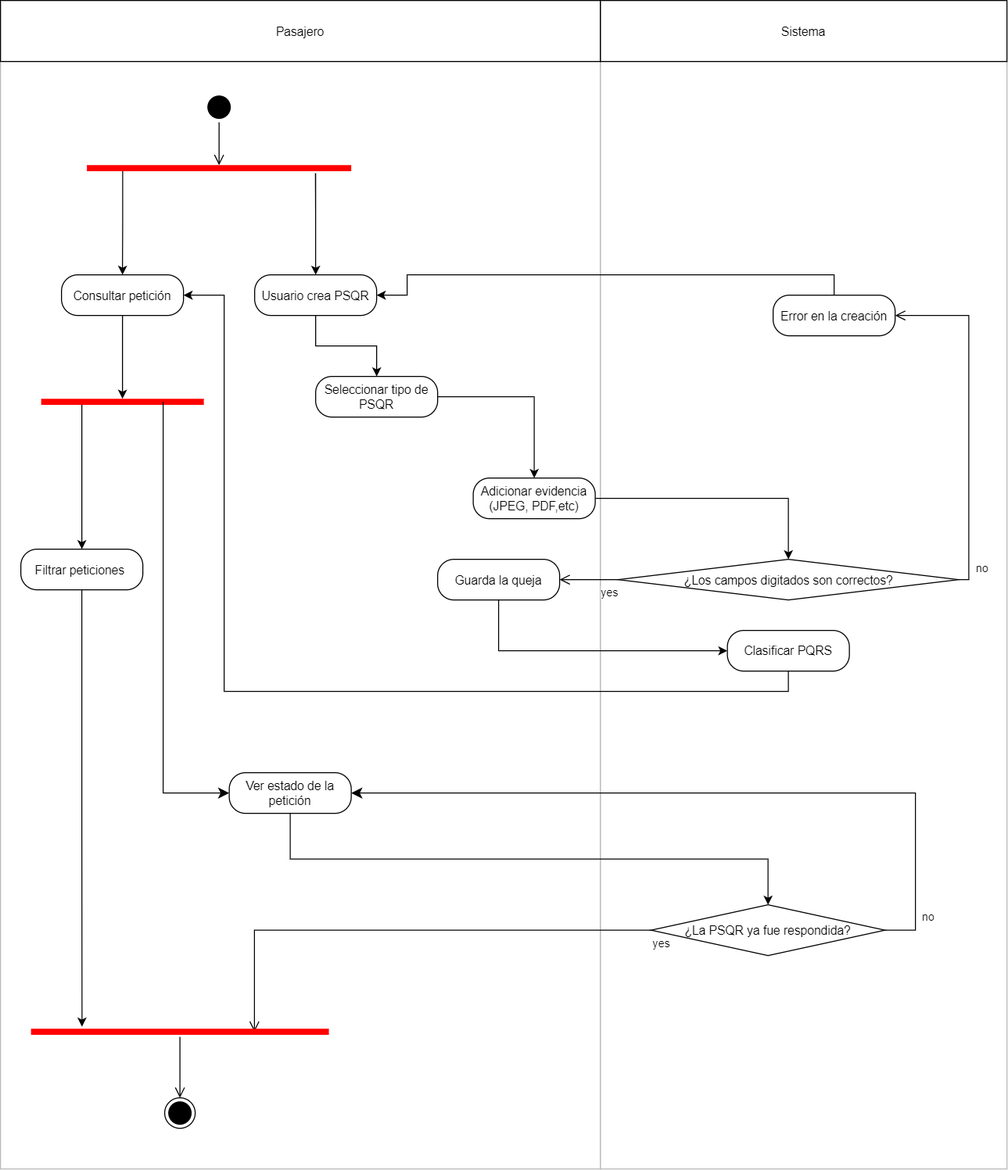
The draw.io diagram diagrama actvidades-PSQR.png in AlejandraRochaR/imagenes, before a commit. Source tidied: cells renumbered, new cells last; positions are measured from the earlier drawing's top-left corner, leaving out a move shared by most shapes.
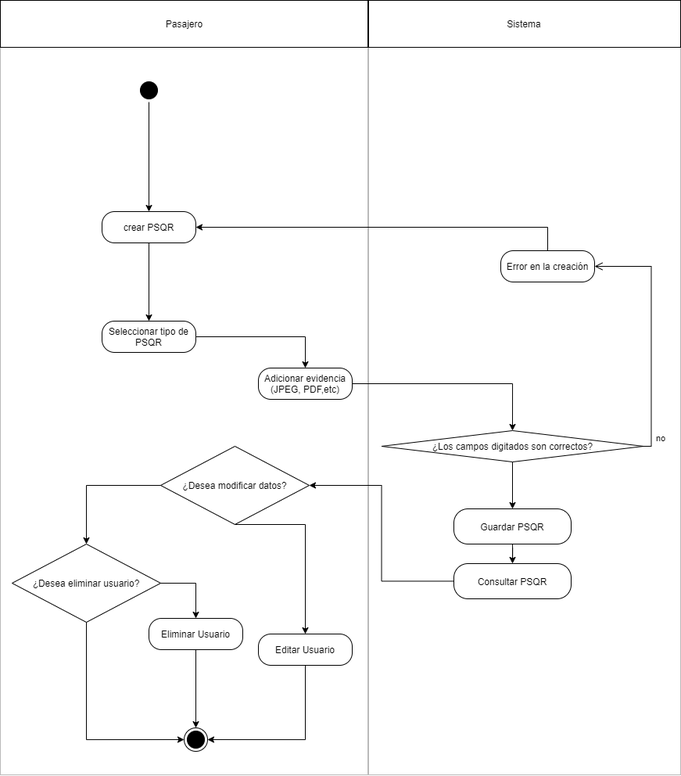
Later version of the same file.

Change to the diagram source:
```diff
@@ -2,153 +2,117 @@
   <root>
     <mxCell id="0" />
     <mxCell id="1" parent="0" />
+    <mxCell id="41" style="rounded=0;whiteSpace=wrap;html=1;fillColor=none;strokeColor=#BABABA;" parent="1" vertex="1">
+      <mxGeometry x="120" y="60" width="471" height="930" as="geometry" />
+    </mxCell>
     <mxCell id="2" style="rounded=0;whiteSpace=wrap;html=1;fillColor=none;strokeColor=#BABABA;" parent="1" vertex="1">
-      <mxGeometry x="590" y="60" width="400" height="1090" as="geometry" />
+      <mxGeometry x="590" y="60" width="400" height="930" as="geometry" />
     </mxCell>
-    <mxCell id="3" style="rounded=0;whiteSpace=wrap;html=1;fillColor=none;strokeColor=#BABABA;" parent="1" vertex="1">
-      <mxGeometry y="60" width="590" height="1090" as="geometry" />
-    </mxCell>
     <mxCell id="4" style="ellipse;html=1;shape=startState;fillColor=#000000;" parent="1" vertex="1">
-      <mxGeometry x="200" y="90" width="30" height="30" as="geometry" />
+      <mxGeometry x="295" y="100" width="30" height="30" as="geometry" />
     </mxCell>
-    <mxCell id="5" style="edgeStyle=orthogonalEdgeStyle;html=1;verticalAlign=bottom;endArrow=open;endSize=8;entryX=0.5;entryY=0.2;entryDx=0;entryDy=0;entryPerimeter=0;" parent="1" edge="1" source="4" target="37">
-      <mxGeometry relative="1" as="geometry" />
-    </mxCell>
     <mxCell id="6" style="edgeStyle=orthogonalEdgeStyle;rounded=0;jettySize=auto;html=1;entryX=0.5;entryY=0;entryDx=0;entryDy=0;" parent="1" edge="1" source="8" target="13">
       <mxGeometry relative="1" as="geometry" />
     </mxCell>
-    <mxCell id="7" style="edgeStyle=orthogonalEdgeStyle;rounded=0;jettySize=auto;html=1;exitX=0.5;exitY=0;exitDx=0;exitDy=0;entryX=0.865;entryY=1;entryDx=0;entryDy=0;entryPerimeter=0;endArrow=none;endFill=0;startArrow=classic;startFill=1;" parent="1" edge="1" source="8" target="37">
+    <mxCell id="7" style="edgeStyle=orthogonalEdgeStyle;rounded=0;jettySize=auto;html=1;exitX=0.5;exitY=0;exitDx=0;exitDy=0;entryX=0.5;entryY=1;entryDx=0;entryDy=0;endArrow=none;endFill=0;startArrow=classic;startFill=1;" parent="1" edge="1" source="8" target="4">
       <mxGeometry relative="1" as="geometry" />
     </mxCell>
-    <mxCell id="8" value="Usuario crea PSQR" style="rounded=1;whiteSpace=wrap;html=1;arcSize=40;fontColor=#000000;" parent="1" vertex="1">
+    <mxCell id="8" value="crear PSQR" style="rounded=1;whiteSpace=wrap;html=1;arcSize=40;fontColor=#000000;" parent="1" vertex="1">
       <mxGeometry x="250" y="270" width="120" height="40" as="geometry" />
     </mxCell>
+    <mxCell id="11" style="edgeStyle=orthogonalEdgeStyle;rounded=0;jettySize=auto;html=1;entryX=0.5;entryY=0;entryDx=0;entryDy=0;" parent="1" edge="1" source="9" target="20">
+      <mxGeometry relative="1" as="geometry" />
+    </mxCell>
     <mxCell id="9" value="¿Los campos digitados son correctos?" style="rhombus;whiteSpace=wrap;html=1;" parent="1" vertex="1">
       <mxGeometry x="607.5" y="550" width="335" height="40" as="geometry" />
     </mxCell>
     <mxCell id="10" value="no" style="edgeStyle=orthogonalEdgeStyle;html=1;align=left;verticalAlign=bottom;endArrow=open;endSize=8;entryX=1;entryY=0.5;entryDx=0;entryDy=0;exitX=1;exitY=0.5;exitDx=0;exitDy=0;rounded=0;" parent="1" edge="1" source="9" target="15">
       <mxGeometry x="-0.93" y="-5" relative="1" as="geometry" />
     </mxCell>
-    <mxCell id="11" value="yes" style="edgeStyle=orthogonalEdgeStyle;html=1;align=left;verticalAlign=top;endArrow=open;endSize=8;exitX=0;exitY=0.5;exitDx=0;exitDy=0;entryX=1;entryY=0.5;entryDx=0;entryDy=0;rounded=0;" parent="1" edge="1" source="9" target="20">
-      <mxGeometry x="-0.33" relative="1" as="geometry">
-        <Array as="points">
-          <mxPoint x="580" y="570" />
-          <mxPoint x="580" y="570" />
-        </Array>
-      </mxGeometry>
-    </mxCell>
     <mxCell id="12" style="edgeStyle=orthogonalEdgeStyle;rounded=0;jettySize=auto;html=1;entryX=0.5;entryY=0;entryDx=0;entryDy=0;" parent="1" edge="1" source="13" target="17">
       <mxGeometry relative="1" as="geometry" />
     </mxCell>
     <mxCell id="13" value="Seleccionar tipo de PSQR" style="rounded=1;whiteSpace=wrap;html=1;arcSize=40;fontColor=#000000;" parent="1" vertex="1">
-      <mxGeometry x="310" y="370" width="120" height="40" as="geometry" />
+      <mxGeometry x="250" y="410" width="120" height="40" as="geometry" />
     </mxCell>
-    <mxCell id="14" style="edgeStyle=orthogonalEdgeStyle;rounded=0;jettySize=auto;html=1;entryX=1;entryY=0.5;entryDx=0;entryDy=0;exitX=0;exitY=0.5;exitDx=0;exitDy=0;endArrow=classic;endFill=1;" parent="1" edge="1" source="15" target="8">
+    <mxCell id="14" style="edgeStyle=orthogonalEdgeStyle;rounded=0;jettySize=auto;html=1;entryX=1;entryY=0.5;entryDx=0;entryDy=0;exitX=0.5;exitY=0;exitDx=0;exitDy=0;endArrow=classic;endFill=1;" parent="1" edge="1" source="15" target="8">
       <mxGeometry relative="1" as="geometry">
         <Array as="points">
-          <mxPoint x="820" y="310" />
-          <mxPoint x="820" y="270" />
-          <mxPoint x="400" y="270" />
-          <mxPoint x="400" y="290" />
+          <mxPoint x="820" y="290" />
         </Array>
       </mxGeometry>
     </mxCell>
     <mxCell id="15" value="Error en la creación" style="rounded=1;whiteSpace=wrap;html=1;arcSize=40;fontColor=#000000;" parent="1" vertex="1">
-      <mxGeometry x="760" y="290" width="120" height="40" as="geometry" />
+      <mxGeometry x="760" y="320" width="120" height="40" as="geometry" />
     </mxCell>
     <mxCell id="16" style="edgeStyle=orthogonalEdgeStyle;rounded=0;jettySize=auto;html=1;entryX=0.5;entryY=0;entryDx=0;entryDy=0;" parent="1" edge="1" source="17" target="9">
       <mxGeometry relative="1" as="geometry" />
     </mxCell>
     <mxCell id="17" value="Adicionar evidencia (JPEG, PDF,etc)" style="rounded=1;whiteSpace=wrap;html=1;arcSize=40;fontColor=#000000;" parent="1" vertex="1">
-      <mxGeometry x="465" y="470" width="120" height="40" as="geometry" />
+      <mxGeometry x="450" y="470" width="120" height="40" as="geometry" />
     </mxCell>
-    <mxCell id="18" style="edgeStyle=orthogonalEdgeStyle;rounded=0;jettySize=auto;html=1;exitX=0.5;exitY=1;exitDx=0;exitDy=0;entryX=1;entryY=0.5;entryDx=0;entryDy=0;" parent="1" edge="1" source="40" target="22">
-      <mxGeometry relative="1" as="geometry">
-        <Array as="points">
-          <mxPoint x="220" y="680" />
-          <mxPoint x="220" y="290" />
-        </Array>
-      </mxGeometry>
-    </mxCell>
-    <mxCell id="19" style="edgeStyle=orthogonalEdgeStyle;rounded=0;jettySize=auto;html=1;exitX=0.5;exitY=1;exitDx=0;exitDy=0;entryX=0;entryY=0.5;entryDx=0;entryDy=0;" parent="1" edge="1" source="20" target="40">
-      <mxGeometry relative="1" as="geometry" />
-    </mxCell>
+    <mxCell id="42" style="edgeStyle=orthogonalEdgeStyle;rounded=0;jettySize=auto;html=1;entryX=0.5;entryY=0;entryDx=0;entryDy=0;" parent="1" edge="1" source="20" target="45">
+      <mxGeometry relative="1" as="geometry" />
+    </mxCell>
-    <mxCell id="20" value="Guarda la queja" style="rounded=1;whiteSpace=wrap;html=1;arcSize=40;fontColor=#000000;" parent="1" vertex="1">
-      <mxGeometry x="430" y="550" width="120" height="40" as="geometry" />
+    <mxCell id="20" value="Guardar PSQR" style="rounded=1;whiteSpace=wrap;html=1;arcSize=40;fontColor=#000000;" parent="1" vertex="1">
+      <mxGeometry x="700" y="650" width="150" height="45" as="geometry" />
     </mxCell>
-    <mxCell id="21" style="edgeStyle=orthogonalEdgeStyle;rounded=0;jettySize=auto;html=1;entryX=0.5;entryY=0.2;entryDx=0;entryDy=0;entryPerimeter=0;" parent="1" edge="1" source="22" target="24">
-      <mxGeometry relative="1" as="geometry" />
-    </mxCell>
-    <mxCell id="22" value="Consultar petición" style="rounded=1;whiteSpace=wrap;html=1;arcSize=40;fontColor=#000000;" parent="1" vertex="1">
-      <mxGeometry x="60" y="270" width="120" height="40" as="geometry" />
-    </mxCell>
-    <mxCell id="23" style="edgeStyle=orthogonalEdgeStyle;rounded=0;jettySize=auto;html=1;exitX=0.25;exitY=0.5;exitDx=0;exitDy=0;exitPerimeter=0;entryX=0.5;entryY=0;entryDx=0;entryDy=0;" parent="1" edge="1" source="24" target="35">
-      <mxGeometry relative="1" as="geometry">
-        <Array as="points">
-          <mxPoint x="80" y="520" />
-          <mxPoint x="80" y="520" />
-        </Array>
-      </mxGeometry>
-    </mxCell>
-    <mxCell id="24" style="shape=line;html=1;strokeWidth=6;strokeColor=#ff0000;" parent="1" vertex="1">
-      <mxGeometry x="40" y="390" width="160" height="10" as="geometry" />
-    </mxCell>
-    <mxCell id="25" style="edgeStyle=orthogonalEdgeStyle;html=1;verticalAlign=bottom;endArrow=classic;endSize=8;exitX=0.75;exitY=0.5;exitDx=0;exitDy=0;exitPerimeter=0;entryX=0;entryY=0.5;entryDx=0;entryDy=0;rounded=0;endFill=1;" parent="1" edge="1" source="24" target="27">
-      <mxGeometry relative="1" as="geometry">
-        <Array as="points">
-          <mxPoint x="160" y="780" />
-        </Array>
-      </mxGeometry>
-    </mxCell>
-    <mxCell id="26" style="edgeStyle=orthogonalEdgeStyle;rounded=0;jettySize=auto;html=1;exitX=0.5;exitY=1;exitDx=0;exitDy=0;entryX=0.5;entryY=0;entryDx=0;entryDy=0;startArrow=none;startFill=0;endArrow=classic;endFill=1;" parent="1" edge="1" source="27" target="28">
-      <mxGeometry relative="1" as="geometry" />
-    </mxCell>
-    <mxCell id="27" value="Ver estado de la petición" style="rounded=1;whiteSpace=wrap;html=1;arcSize=40;fontColor=#000000;" parent="1" vertex="1">
-      <mxGeometry x="225" y="760" width="120" height="40" as="geometry" />
+    <mxCell id="27" value="Eliminar Usuario" style="rounded=1;whiteSpace=wrap;html=1;arcSize=40;fontColor=#000000;" parent="1" vertex="1">
+      <mxGeometry x="310" y="790" width="120" height="40" as="geometry" />
     </mxCell>
-    <mxCell id="28" value="¿La PSQR ya fue respondida?" style="rhombus;whiteSpace=wrap;html=1;" parent="1" vertex="1">
-      <mxGeometry x="640" y="890" width="230" height="50" as="geometry" />
-    </mxCell>
-    <mxCell id="29" value="no" style="edgeStyle=orthogonalEdgeStyle;html=1;align=left;verticalAlign=bottom;endArrow=classic;endSize=8;rounded=0;endFill=1;startArrow=none;startFill=0;entryX=1;entryY=0.5;entryDx=0;entryDy=0;exitX=1;exitY=0.5;exitDx=0;exitDy=0;" parent="1" edge="1" source="28" target="27">
-      <mxGeometry x="-0.91" y="-5" relative="1" as="geometry">
-        <Array as="points">
-          <mxPoint x="900" y="915" />
-          <mxPoint x="900" y="780" />
-        </Array>
-      </mxGeometry>
-    </mxCell>
-    <mxCell id="30" value="yes" style="edgeStyle=orthogonalEdgeStyle;html=1;align=left;verticalAlign=top;endArrow=open;endSize=8;rounded=0;entryX=0.75;entryY=0.5;entryDx=0;entryDy=0;entryPerimeter=0;" parent="1" edge="1" source="28" target="31">
-      <mxGeometry x="-1" relative="1" as="geometry" />
-    </mxCell>
-    <mxCell id="31" style="shape=line;html=1;strokeWidth=6;strokeColor=#ff0000;" parent="1" vertex="1">
-      <mxGeometry x="30" y="1010" width="293" height="10" as="geometry" />
-    </mxCell>
-    <mxCell id="32" style="edgeStyle=orthogonalEdgeStyle;html=1;verticalAlign=bottom;endArrow=open;endSize=8;entryX=0.5;entryY=0;entryDx=0;entryDy=0;" parent="1" edge="1" source="31" target="33">
-      <mxGeometry relative="1" as="geometry" />
-    </mxCell>
+    <mxCell id="43" style="edgeStyle=orthogonalEdgeStyle;rounded=0;jettySize=auto;html=1;entryX=0.5;entryY=0;entryDx=0;entryDy=0;exitX=0.5;exitY=1;exitDx=0;exitDy=0;" parent="1" edge="1" source="27" target="33">
+      <mxGeometry relative="1" as="geometry" />
+    </mxCell>
     <mxCell id="33" style="ellipse;html=1;shape=endState;fillColor=#000000;" parent="1" vertex="1">
-      <mxGeometry x="161.5" y="1080" width="30" height="30" as="geometry" />
+      <mxGeometry x="355" y="930" width="30" height="30" as="geometry" />
     </mxCell>
-    <mxCell id="34" style="edgeStyle=orthogonalEdgeStyle;rounded=0;jettySize=auto;html=1;entryX=0.171;entryY=0;entryDx=0;entryDy=0;entryPerimeter=0;" parent="1" edge="1" source="35" target="31">
-      <mxGeometry relative="1" as="geometry" />
-    </mxCell>
-    <mxCell id="35" value="Filtrar peticiones&amp;nbsp;" style="rounded=1;whiteSpace=wrap;html=1;arcSize=40;fontColor=#000000;" parent="1" vertex="1">
-      <mxGeometry x="20" y="540" width="120" height="40" as="geometry" />
-    </mxCell>
-    <mxCell id="36" style="edgeStyle=orthogonalEdgeStyle;rounded=0;jettySize=auto;html=1;exitX=0.135;exitY=0.683;exitDx=0;exitDy=0;exitPerimeter=0;entryX=0.5;entryY=0;entryDx=0;entryDy=0;endArrow=classic;endFill=1;" parent="1" edge="1" source="37" target="22">
-      <mxGeometry relative="1" as="geometry" />
-    </mxCell>
-    <mxCell id="37" style="shape=line;html=1;strokeWidth=6;strokeColor=#ff0000;" parent="1" vertex="1">
-      <mxGeometry x="85" y="160" width="260" height="10" as="geometry" />
-    </mxCell>
+    <mxCell id="39" value="Sistema" style="rounded=0;whiteSpace=wrap;html=1;fillColor=none;" parent="1" vertex="1">
+      <mxGeometry x="590" width="400" height="60" as="geometry" />
+    </mxCell>
     <mxCell id="38" value="Pasajero" style="rounded=0;whiteSpace=wrap;html=1;fillColor=none;" parent="1" vertex="1">
-      <mxGeometry width="590" height="60" as="geometry" />
+      <mxGeometry x="120" width="471" height="60" as="geometry" />
     </mxCell>
-    <mxCell id="39" value="Sistema" style="rounded=0;whiteSpace=wrap;html=1;fillColor=none;" parent="1" vertex="1">
-      <mxGeometry x="590" width="400" height="60" as="geometry" />
-    </mxCell>
-    <mxCell id="40" value="Clasificar PQRS" style="rounded=1;whiteSpace=wrap;html=1;arcSize=40;fontColor=#000000;" parent="1" vertex="1">
-      <mxGeometry x="715" y="620" width="120" height="40" as="geometry" />
-    </mxCell>
+    <mxCell id="44" style="edgeStyle=orthogonalEdgeStyle;rounded=0;jettySize=auto;html=1;entryX=1;entryY=0.5;entryDx=0;entryDy=0;" parent="1" edge="1" source="45" target="48">
+      <mxGeometry relative="1" as="geometry" />
+    </mxCell>
+    <mxCell id="45" value="Consultar PSQR" style="rounded=1;whiteSpace=wrap;html=1;arcSize=40;fontColor=#000000;" parent="1" vertex="1">
+      <mxGeometry x="700" y="720" width="150" height="45" as="geometry" />
+    </mxCell>
+    <mxCell id="46" style="edgeStyle=orthogonalEdgeStyle;rounded=0;jettySize=auto;html=1;entryX=0.5;entryY=0;entryDx=0;entryDy=0;exitX=0;exitY=0.5;exitDx=0;exitDy=0;" parent="1" edge="1" source="48" target="51">
+      <mxGeometry relative="1" as="geometry" />
+    </mxCell>
+    <mxCell id="47" style="edgeStyle=orthogonalEdgeStyle;rounded=0;jettySize=auto;html=1;exitX=0.5;exitY=1;exitDx=0;exitDy=0;entryX=0.5;entryY=0;entryDx=0;entryDy=0;" parent="1" edge="1" source="48" target="53">
+      <mxGeometry relative="1" as="geometry">
+        <Array as="points">
+          <mxPoint x="510" y="670" />
+        </Array>
+      </mxGeometry>
+    </mxCell>
+    <mxCell id="48" value="¿Desea modificar datos?" style="rhombus;whiteSpace=wrap;html=1;fillColor=none;" parent="1" vertex="1">
+      <mxGeometry x="325" y="570" width="190" height="100" as="geometry" />
+    </mxCell>
+    <mxCell id="49" style="edgeStyle=orthogonalEdgeStyle;rounded=0;jettySize=auto;html=1;entryX=0;entryY=0.5;entryDx=0;entryDy=0;" parent="1" edge="1" source="51" target="33">
+      <mxGeometry relative="1" as="geometry">
+        <Array as="points">
+          <mxPoint x="230" y="945" />
+        </Array>
+      </mxGeometry>
+    </mxCell>
+    <mxCell id="50" style="edgeStyle=orthogonalEdgeStyle;rounded=0;jettySize=auto;html=1;entryX=0.5;entryY=0;entryDx=0;entryDy=0;exitX=1;exitY=0.5;exitDx=0;exitDy=0;" parent="1" edge="1" source="51" target="27">
+      <mxGeometry relative="1" as="geometry" />
+    </mxCell>
+    <mxCell id="51" value="¿Desea eliminar usuario?" style="rhombus;whiteSpace=wrap;html=1;fillColor=none;" parent="1" vertex="1">
+      <mxGeometry x="135" y="695" width="190" height="100" as="geometry" />
+    </mxCell>
+    <mxCell id="52" style="edgeStyle=orthogonalEdgeStyle;rounded=0;jettySize=auto;html=1;entryX=1;entryY=0.5;entryDx=0;entryDy=0;" parent="1" edge="1" source="53" target="33">
+      <mxGeometry relative="1" as="geometry">
+        <Array as="points">
+          <mxPoint x="510" y="945" />
+        </Array>
+      </mxGeometry>
+    </mxCell>
+    <mxCell id="53" value="Editar Usuario" style="rounded=1;whiteSpace=wrap;html=1;arcSize=40;fontColor=#000000;" parent="1" vertex="1">
+      <mxGeometry x="450" y="810" width="120" height="40" as="geometry" />
+    </mxCell>
   </root>
 </mxGraphModel>
```
